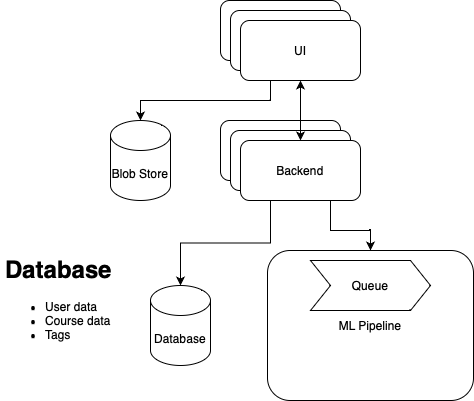
diet-code-ucd/diet_code keeps this draw.io diagram as ITSArch.drawio.png. Above is the earlier version. Source tidied: cells renumbered, new cells last; positions are measured from the earlier drawing's top-left corner, leaving out a move shared by most shapes. Its diagram source:
```xml
<mxGraphModel>
  <root>
    <mxCell id="0" />
    <mxCell id="1" parent="0" />
    <mxCell id="2" value="UI" style="rounded=1;whiteSpace=wrap;html=1;" parent="1" vertex="1">
      <mxGeometry x="220" width="120" height="60" as="geometry" />
    </mxCell>
    <mxCell id="3" value="UI" style="rounded=1;whiteSpace=wrap;html=1;" parent="1" vertex="1">
      <mxGeometry x="230" y="10" width="120" height="60" as="geometry" />
    </mxCell>
    <mxCell id="4" value="UI" style="rounded=1;whiteSpace=wrap;html=1;" parent="1" vertex="1">
      <mxGeometry x="240" y="20" width="120" height="60" as="geometry" />
    </mxCell>
    <mxCell id="5" value="Backend" style="rounded=1;whiteSpace=wrap;html=1;" parent="1" vertex="1">
      <mxGeometry x="220" y="120" width="120" height="60" as="geometry" />
    </mxCell>
    <mxCell id="6" value="Backend" style="rounded=1;whiteSpace=wrap;html=1;" parent="1" vertex="1">
      <mxGeometry x="230" y="130" width="120" height="60" as="geometry" />
    </mxCell>
    <mxCell id="7" style="edgeStyle=orthogonalEdgeStyle;rounded=0;jettySize=auto;html=1;exitX=0.25;exitY=1;exitDx=0;exitDy=0;entryX=0.5;entryY=0;entryDx=0;entryDy=0;entryPerimeter=0;" parent="1" edge="1" source="4" target="11">
      <mxGeometry relative="1" as="geometry" />
    </mxCell>
    <mxCell id="8" style="edgeStyle=orthogonalEdgeStyle;rounded=0;jettySize=auto;html=1;exitX=0.75;exitY=1;exitDx=0;exitDy=0;entryX=0.5;entryY=0;entryDx=0;entryDy=0;" parent="1" edge="1" source="10" target="15">
      <mxGeometry relative="1" as="geometry" />
    </mxCell>
    <mxCell id="9" style="edgeStyle=orthogonalEdgeStyle;rounded=0;jettySize=auto;html=1;exitX=0.25;exitY=1;exitDx=0;exitDy=0;entryX=0.5;entryY=0;entryDx=0;entryDy=0;entryPerimeter=0;" parent="1" edge="1" source="10" target="16">
      <mxGeometry relative="1" as="geometry" />
    </mxCell>
    <mxCell id="10" value="Backend" style="rounded=1;whiteSpace=wrap;html=1;" parent="1" vertex="1">
      <mxGeometry x="240" y="140" width="120" height="60" as="geometry" />
    </mxCell>
    <mxCell id="11" value="Blob Store" style="shape=cylinder3;whiteSpace=wrap;html=1;boundedLbl=1;backgroundOutline=1;size=15;" parent="1" vertex="1">
      <mxGeometry x="110" y="120" width="60" height="80" as="geometry" />
    </mxCell>
    <mxCell id="12" style="edgeStyle=orthogonalEdgeStyle;rounded=0;jettySize=auto;html=1;exitX=0.5;exitY=1;exitDx=0;exitDy=0;entryX=0.5;entryY=0;entryDx=0;entryDy=0;" parent="1" edge="1" source="15" target="13">
      <mxGeometry relative="1" as="geometry" />
    </mxCell>
    <mxCell id="13" value="ML Pipeline" style="rounded=1;whiteSpace=wrap;html=1;" parent="1" vertex="1">
      <mxGeometry x="267" y="250" width="206" height="150" as="geometry" />
    </mxCell>
    <mxCell id="14" style="edgeStyle=orthogonalEdgeStyle;rounded=0;jettySize=auto;html=1;exitX=0.5;exitY=1;exitDx=0;exitDy=0;startArrow=classic;startFill=1;" parent="1" edge="1" source="4" target="10">
      <mxGeometry relative="1" as="geometry" />
    </mxCell>
    <mxCell id="15" value="Queue" style="shape=step;perimeter=stepPerimeter;whiteSpace=wrap;html=1;fixedSize=1;" parent="1" vertex="1">
      <mxGeometry x="310" y="260" width="120" height="50" as="geometry" />
    </mxCell>
    <mxCell id="16" value="Database" style="shape=cylinder3;whiteSpace=wrap;html=1;boundedLbl=1;backgroundOutline=1;size=15;" parent="1" vertex="1">
      <mxGeometry x="150" y="285" width="60" height="80" as="geometry" />
    </mxCell>
    <mxCell id="17" value="&lt;h1&gt;Database&lt;/h1&gt;&lt;p&gt;&lt;/p&gt;&lt;ul&gt;&lt;li&gt;User data&lt;/li&gt;&lt;li&gt;Course data&lt;/li&gt;&lt;li&gt;Tags&lt;/li&gt;&lt;/ul&gt;&lt;p&gt;&lt;/p&gt;" style="text;html=1;strokeColor=none;fillColor=none;spacing=5;spacingTop=-20;whiteSpace=wrap;overflow=hidden;rounded=0;" parent="1" vertex="1">
      <mxGeometry y="250" width="130" height="105" as="geometry" />
    </mxCell>
  </root>
</mxGraphModel>
```
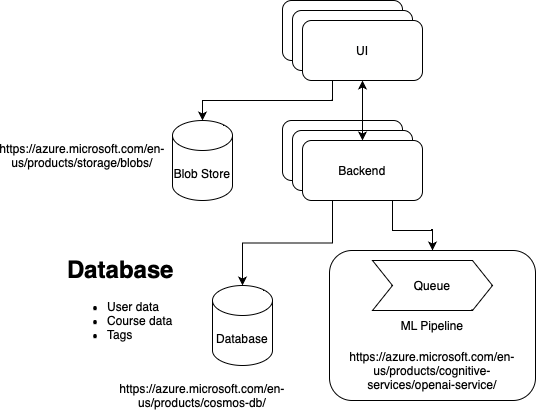
The same file after the commit.

Commit message:
Update arch diagram and add drawio file

What changed in the source:
```diff
@@ -50,5 +50,14 @@
     <mxCell id="17" value="&lt;h1&gt;Database&lt;/h1&gt;&lt;p&gt;&lt;/p&gt;&lt;ul&gt;&lt;li&gt;User data&lt;/li&gt;&lt;li&gt;Course data&lt;/li&gt;&lt;li&gt;Tags&lt;/li&gt;&lt;/ul&gt;&lt;p&gt;&lt;/p&gt;" style="text;html=1;strokeColor=none;fillColor=none;spacing=5;spacingTop=-20;whiteSpace=wrap;overflow=hidden;rounded=0;" parent="1" vertex="1">
       <mxGeometry y="250" width="130" height="105" as="geometry" />
     </mxCell>
+    <mxCell id="18" value="&lt;a href=&quot;https://azure.microsoft.com/en-us/products/cosmos-db/&quot;&gt;https://azure.microsoft.com/en-us/products/cosmos-db/&lt;/a&gt;" style="text;html=1;strokeColor=none;fillColor=none;align=center;verticalAlign=middle;whiteSpace=wrap;rounded=0;" parent="1" vertex="1">
+      <mxGeometry x="95" y="380" width="90" height="30" as="geometry" />
+    </mxCell>
+    <mxCell id="19" value="&lt;a href=&quot;https://azure.microsoft.com/en-us/products/storage/blobs/&quot;&gt;https://azure.microsoft.com/en-us/products/storage/blobs/&lt;/a&gt;" style="text;html=1;strokeColor=none;fillColor=none;align=center;verticalAlign=middle;whiteSpace=wrap;rounded=0;" parent="1" vertex="1">
+      <mxGeometry x="-10" y="140" width="60" height="30" as="geometry" />
+    </mxCell>
+    <mxCell id="20" value="&lt;a href=&quot;https://azure.microsoft.com/en-us/products/cognitive-services/openai-service/&quot;&gt;https://azure.microsoft.com/en-us/products/cognitive-services/openai-service/&lt;/a&gt;" style="text;html=1;strokeColor=none;fillColor=none;align=center;verticalAlign=middle;whiteSpace=wrap;rounded=0;" parent="1" vertex="1">
+      <mxGeometry x="340" y="355" width="60" height="30" as="geometry" />
+    </mxCell>
   </root>
 </mxGraphModel>
```
